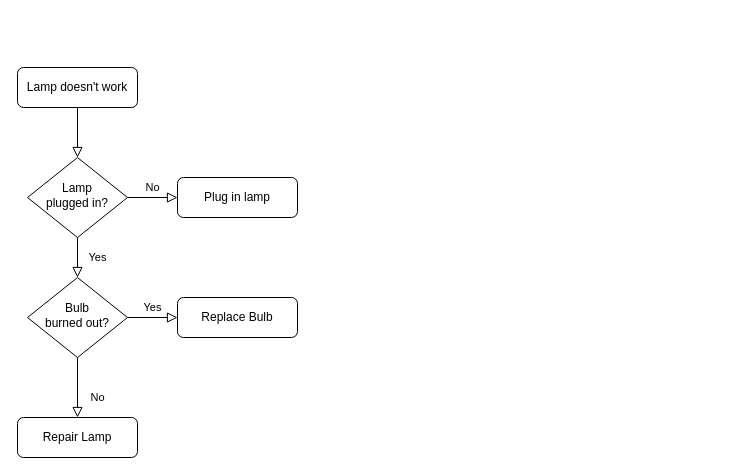
Earlier version of the draw.io diagram Untitled Diagram.drawio (zhuzhuxiaSoft/dfwy). Source tidied: cells renumbered, new cells numbered last; positions are measured from the earlier drawing's top-left corner, leaving out a move shared by most shapes. Both pictures are drawn from the tidied source at 100%, with x=0, y=0 at pixel (17, 67).
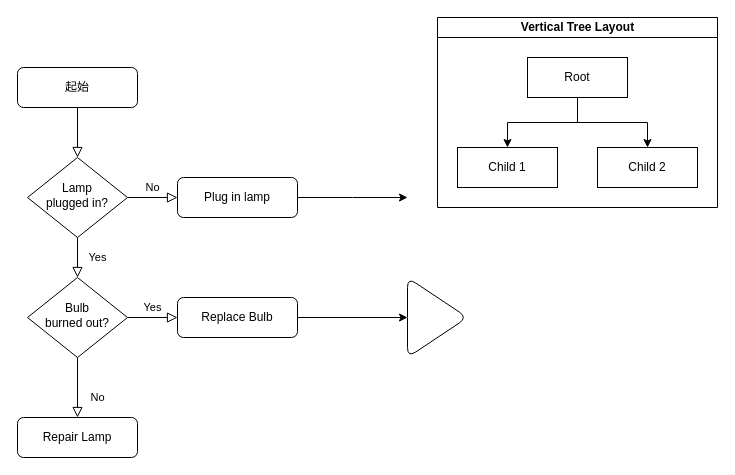
The same diagram, later.

Unchanged cells that the change refers to:
```xml
<mxCell id="7" value="Plug in lamp" style="rounded=1;whiteSpace=wrap;html=1;fontSize=12;glass=0;strokeWidth=1;shadow=0;" parent="1" vertex="1">
  <mxGeometry x="160" y="110" width="120" height="40" as="geometry" />
</mxCell>
<mxCell id="12" value="Replace Bulb" style="rounded=1;whiteSpace=wrap;html=1;fontSize=12;glass=0;strokeWidth=1;shadow=0;" parent="1" vertex="1">
  <mxGeometry x="160" y="230" width="120" height="40" as="geometry" />
</mxCell>
```

Change to the diagram source:
```diff
@@
-    <mxCell id="3" value="Lamp doesn't work" style="rounded=1;whiteSpace=wrap;html=1;fontSize=12;glass=0;strokeWidth=1;shadow=0;" parent="1" vertex="1">
+    <mxCell id="3" value="起始" style="rounded=1;whiteSpace=wrap;html=1;fontSize=12;glass=0;strokeWidth=1;shadow=0;" parent="1" vertex="1">
       <mxGeometry width="120" height="40" as="geometry" />
     </mxCell>
@@
+    <mxCell id="13" style="edgeStyle=orthogonalEdgeStyle;rounded=0;jettySize=auto;html=1;" parent="1" edge="1" source="7">
+      <mxGeometry relative="1" as="geometry">
+        <mxPoint x="390" y="130" as="targetPoint" />
+      </mxGeometry>
+    </mxCell>
@@
+    <mxCell id="14" style="edgeStyle=orthogonalEdgeStyle;rounded=0;jettySize=auto;html=1;" parent="1" edge="1" source="12" target="15">
+      <mxGeometry relative="1" as="geometry" />
+    </mxCell>
@@
+    <mxCell id="15" style="triangle;whiteSpace=wrap;html=1;rounded=1;shadow=0;strokeWidth=1;glass=0;" parent="1" vertex="1">
+      <mxGeometry x="390" y="210" width="60" height="80" as="geometry" />
+    </mxCell>
+    <mxCell id="16" value="Vertical Tree Layout" style="swimlane;html=1;startSize=20;horizontal=1;horizontalTree=0;containerType=tree;" parent="1" vertex="1">
+      <mxGeometry x="420" y="-50" width="280" height="190" as="geometry" />
+    </mxCell>
+    <mxCell id="17" value="Root" style="whiteSpace=wrap;html=1;" parent="16" vertex="1">
+      <mxGeometry x="90" y="40" width="100" height="40" as="geometry" />
+    </mxCell>
+    <mxCell id="18" value="Child 1" style="whiteSpace=wrap;html=1;" parent="16" vertex="1">
+      <mxGeometry x="20" y="130" width="100" height="40" as="geometry" />
+    </mxCell>
+    <mxCell id="19" style="edgeStyle=elbowEdgeStyle;elbow=vertical;html=1;rounded=0;" parent="16" edge="1" source="17" target="18">
+      <mxGeometry relative="1" as="geometry" />
+    </mxCell>
+    <mxCell id="20" value="Child 2" style="whiteSpace=wrap;html=1;" parent="16" vertex="1">
+      <mxGeometry x="160" y="130" width="100" height="40" as="geometry" />
+    </mxCell>
+    <mxCell id="21" style="edgeStyle=elbowEdgeStyle;elbow=vertical;html=1;rounded=0;" parent="16" edge="1" source="17" target="20">
+      <mxGeometry relative="1" as="geometry" />
+    </mxCell>
```
